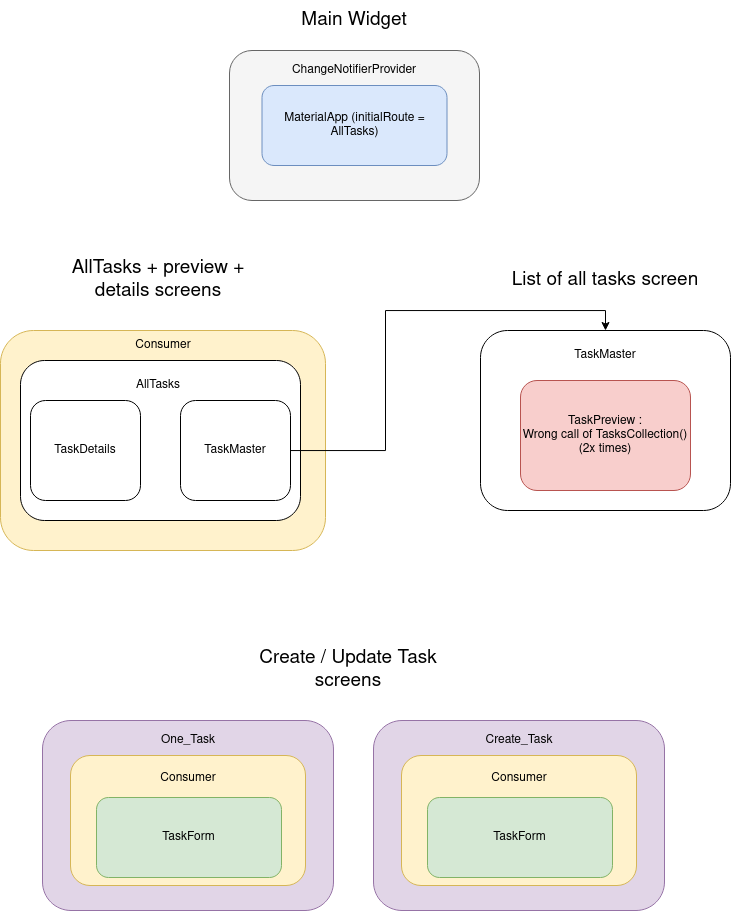
sebastienklaus/flutter_ToDoList keeps this draw.io diagram as TodoList tree.drawio.png. Above is the earlier version. Source tidied: cells renumbered, new cells last; positions are measured from the earlier drawing's top-left corner, leaving out a move shared by most shapes.
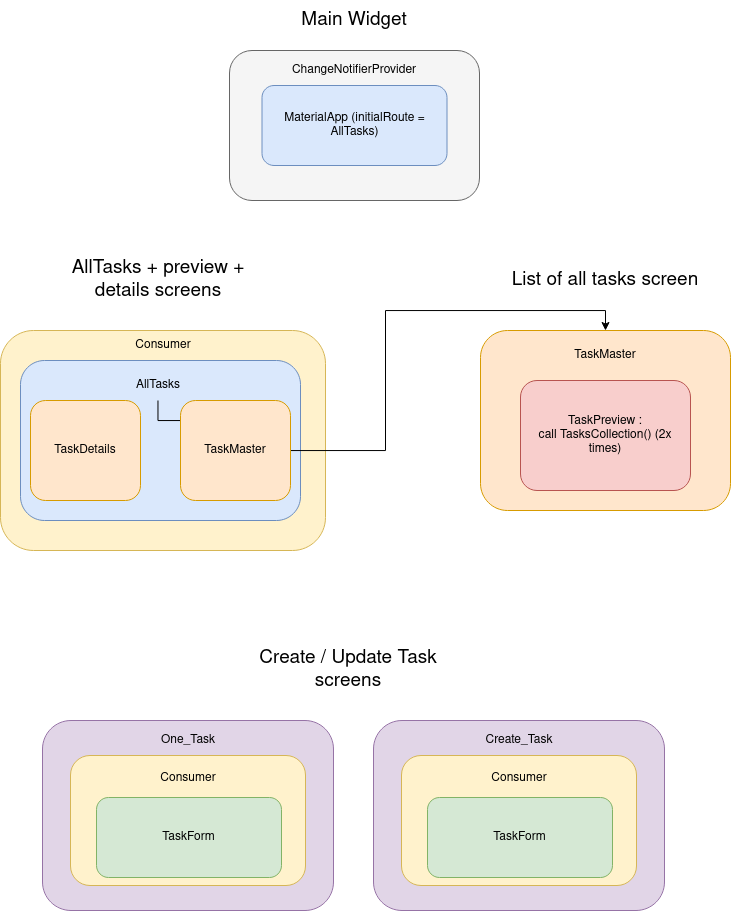
Later version of the same file.

The edit, as a diff of the source:
```diff
@@ -14,31 +14,34 @@
     <mxCell id="5" style="rounded=1;whiteSpace=wrap;html=1;fillColor=#fff2cc;strokeColor=#d6b656;" parent="1" vertex="1">
       <mxGeometry y="330" width="325" height="220" as="geometry" />
     </mxCell>
-    <mxCell id="6" style="rounded=1;whiteSpace=wrap;html=1;" parent="1" vertex="1">
+    <mxCell id="6" style="rounded=1;whiteSpace=wrap;html=1;fillColor=#dae8fc;strokeColor=#6c8ebf;" parent="1" vertex="1">
       <mxGeometry x="20" y="360" width="280" height="160" as="geometry" />
     </mxCell>
     <mxCell id="7" value="Consumer" style="text;html=1;strokeColor=none;fillColor=none;align=center;verticalAlign=middle;whiteSpace=wrap;rounded=0;" parent="1" vertex="1">
       <mxGeometry x="82.5" y="330" width="160" height="30" as="geometry" />
     </mxCell>
+    <mxCell id="29" style="edgeStyle=orthogonalEdgeStyle;rounded=0;jettySize=auto;html=1;" parent="1" edge="1" source="8" target="11">
+      <mxGeometry relative="1" as="geometry" />
+    </mxCell>
     <mxCell id="8" value="AllTasks" style="text;html=1;strokeColor=none;fillColor=none;align=center;verticalAlign=middle;whiteSpace=wrap;rounded=0;" parent="1" vertex="1">
       <mxGeometry x="77.5" y="370" width="160" height="30" as="geometry" />
     </mxCell>
-    <mxCell id="9" value="TaskDetails" style="rounded=1;whiteSpace=wrap;html=1;" parent="1" vertex="1">
+    <mxCell id="9" value="TaskDetails" style="rounded=1;whiteSpace=wrap;html=1;fillColor=#ffe6cc;strokeColor=#d79b00;" parent="1" vertex="1">
       <mxGeometry x="30" y="400" width="110" height="100" as="geometry" />
     </mxCell>
     <mxCell id="10" style="edgeStyle=orthogonalEdgeStyle;rounded=0;jettySize=auto;html=1;entryX=0.5;entryY=0;entryDx=0;entryDy=0;" parent="1" edge="1" source="11" target="12">
       <mxGeometry relative="1" as="geometry" />
     </mxCell>
-    <mxCell id="11" value="TaskMaster" style="rounded=1;whiteSpace=wrap;html=1;" parent="1" vertex="1">
+    <mxCell id="11" value="TaskMaster" style="rounded=1;whiteSpace=wrap;html=1;fillColor=#ffe6cc;strokeColor=#d79b00;" parent="1" vertex="1">
       <mxGeometry x="180" y="400" width="110" height="100" as="geometry" />
     </mxCell>
-    <mxCell id="12" style="rounded=1;whiteSpace=wrap;html=1;" parent="1" vertex="1">
+    <mxCell id="12" style="rounded=1;whiteSpace=wrap;html=1;fillColor=#ffe6cc;strokeColor=#d79b00;" parent="1" vertex="1">
       <mxGeometry x="480" y="330" width="250" height="180" as="geometry" />
     </mxCell>
     <mxCell id="13" value="TaskMaster" style="text;html=1;strokeColor=none;fillColor=none;align=center;verticalAlign=middle;whiteSpace=wrap;rounded=0;" parent="1" vertex="1">
       <mxGeometry x="525" y="340" width="160" height="30" as="geometry" />
     </mxCell>
-    <mxCell id="14" value="&lt;div&gt;TaskPreview : &lt;br&gt;&lt;/div&gt;&lt;div&gt;Wrong call of TasksCollection() (2x times)&lt;br&gt;&lt;/div&gt;" style="rounded=1;whiteSpace=wrap;html=1;fillColor=#f8cecc;strokeColor=#b85450;" parent="1" vertex="1">
+    <mxCell id="14" value="&lt;div&gt;TaskPreview : &lt;br&gt;&lt;/div&gt;&lt;div&gt;call TasksCollection() (2x times)&lt;br&gt;&lt;/div&gt;" style="rounded=1;whiteSpace=wrap;html=1;fillColor=#f8cecc;strokeColor=#b85450;" parent="1" vertex="1">
       <mxGeometry x="520" y="380" width="170" height="110" as="geometry" />
     </mxCell>
     <mxCell id="15" style="rounded=1;whiteSpace=wrap;html=1;fillColor=#e1d5e7;strokeColor=#9673a6;" parent="1" vertex="1">
```
